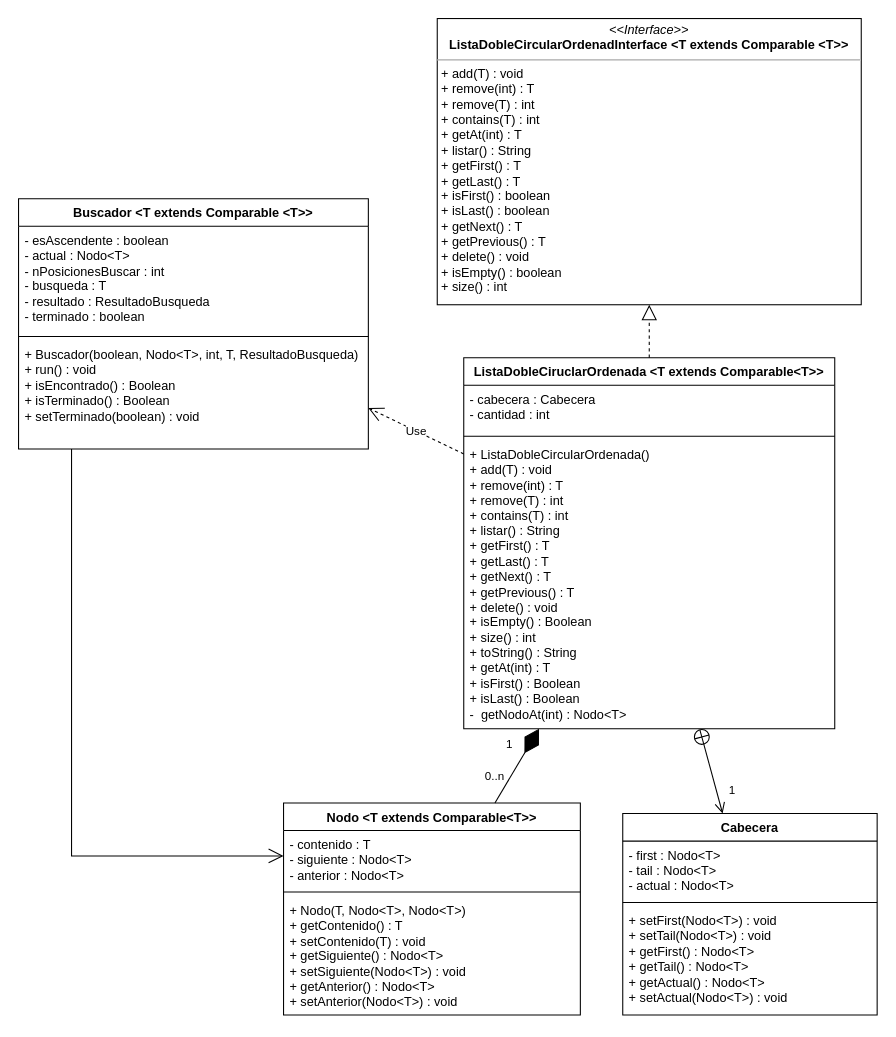
Earlier version of the draw.io diagram documentos/Reto3A.drawio (josebailoneduca/PSPRO_Reto3). Source tidied: cells renumbered, new cells numbered last; positions are measured from the earlier drawing's top-left corner, leaving out a move shared by most shapes. Both pictures are drawn from the tidied source at 106%, with x=0, y=0 at pixel (18, 18).
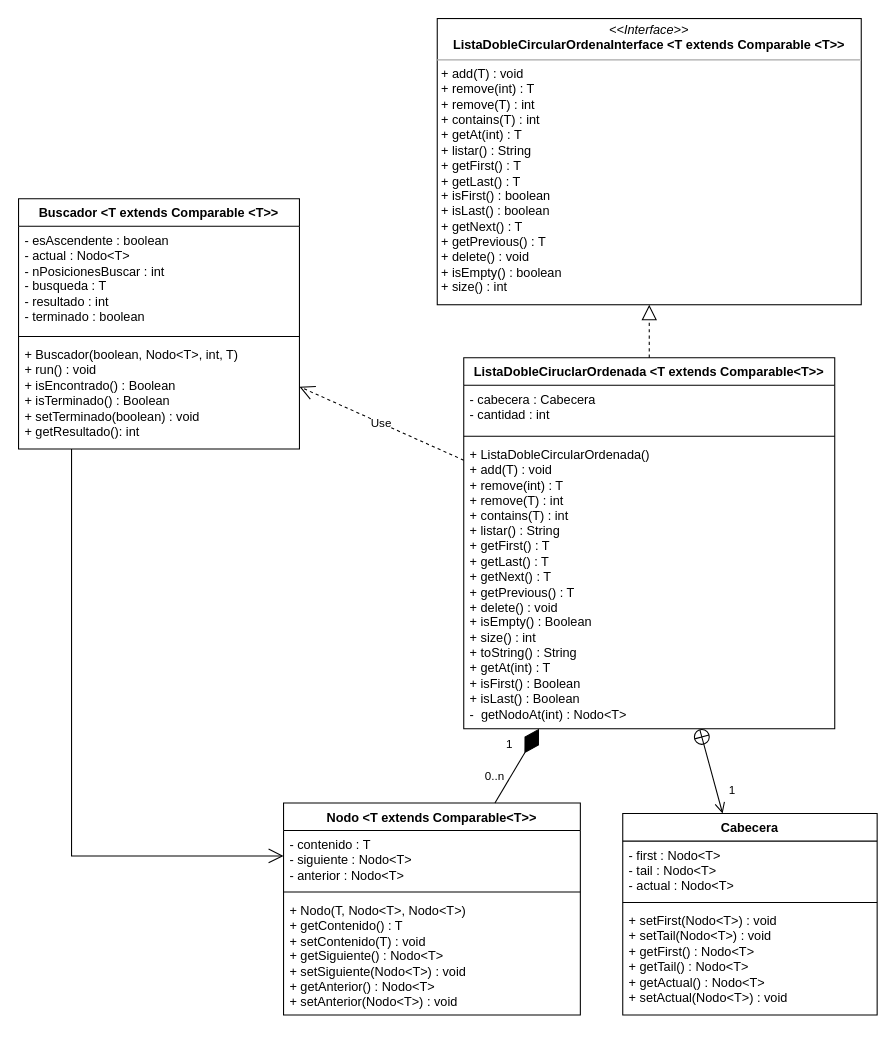
Above is the later version.

What changed in the source:
```diff
@@
     <mxCell id="2" value="Buscador &amp;lt;T extends Comparable &amp;lt;T&amp;gt;&amp;gt;" style="swimlane;fontStyle=1;align=center;verticalAlign=top;horizontal=1;startSize=26;whiteSpace=wrap;html=1;" parent="1" vertex="1">
-      <mxGeometry y="170" width="330" height="236" as="geometry" />
+      <mxGeometry y="170" width="265" height="236" as="geometry" />
     </mxCell>
-    <mxCell id="3" value="&lt;div&gt;- esAscendente : boolean&lt;/div&gt;&lt;div&gt;- actual : Nodo&amp;lt;T&amp;gt;&lt;/div&gt;&lt;div&gt;- nPosicionesBuscar : int&lt;/div&gt;&lt;div&gt;- busqueda : T&lt;/div&gt;&lt;div&gt;- resultado : ResultadoBusqueda&lt;/div&gt;&lt;div&gt;- terminado : boolean&lt;/div&gt;" style="text;strokeColor=none;fillColor=none;align=left;verticalAlign=top;spacingLeft=4;spacingRight=4;overflow=hidden;whiteSpace=wrap;html=1;" parent="2" vertex="1">
-      <mxGeometry y="26" width="330" height="100" as="geometry" />
+    <mxCell id="3" value="&lt;div&gt;- esAscendente : boolean&lt;/div&gt;&lt;div&gt;- actual : Nodo&amp;lt;T&amp;gt;&lt;/div&gt;&lt;div&gt;- nPosicionesBuscar : int&lt;/div&gt;&lt;div&gt;- busqueda : T&lt;/div&gt;&lt;div&gt;- resultado : int&lt;/div&gt;&lt;div&gt;- terminado : boolean&lt;/div&gt;" style="text;strokeColor=none;fillColor=none;align=left;verticalAlign=top;spacingLeft=4;spacingRight=4;overflow=hidden;whiteSpace=wrap;html=1;" parent="2" vertex="1">
+      <mxGeometry y="26" width="265" height="100" as="geometry" />
     </mxCell>
     <mxCell id="4" style="line;strokeWidth=1;fillColor=none;align=left;verticalAlign=middle;spacingTop=-1;spacingLeft=3;spacingRight=3;labelPosition=right;strokeColor=inherit;" parent="2" vertex="1">
-      <mxGeometry y="126" width="330" height="8" as="geometry" />
+      <mxGeometry y="126" width="265" height="8" as="geometry" />
     </mxCell>
-    <mxCell id="5" value="&lt;div&gt;+ Buscador(boolean, Nodo&amp;lt;T&amp;gt;, int, T, ResultadoBusqueda)&lt;/div&gt;&lt;div&gt;+ run() : void&lt;/div&gt;&lt;div&gt;+ isEncontrado() : Boolean&lt;/div&gt;&lt;div&gt;+ isTerminado() : Boolean&lt;/div&gt;&lt;div&gt;+ setTerminado(boolean) : void&lt;/div&gt;" style="text;strokeColor=none;fillColor=none;align=left;verticalAlign=top;spacingLeft=4;spacingRight=4;overflow=hidden;whiteSpace=wrap;html=1;" parent="2" vertex="1">
-      <mxGeometry y="134" width="330" height="102" as="geometry" />
+    <mxCell id="5" value="&lt;div&gt;+ Buscador(boolean, Nodo&amp;lt;T&amp;gt;, int, T)&lt;/div&gt;&lt;div&gt;+ run() : void&lt;/div&gt;&lt;div&gt;+ isEncontrado() : Boolean&lt;/div&gt;&lt;div&gt;+ isTerminado() : Boolean&lt;/div&gt;&lt;div&gt;+ setTerminado(boolean) : void&lt;/div&gt;&lt;div&gt;+ getResultado(): int&lt;/div&gt;" style="text;strokeColor=none;fillColor=none;align=left;verticalAlign=top;spacingLeft=4;spacingRight=4;overflow=hidden;whiteSpace=wrap;html=1;" parent="2" vertex="1">
+      <mxGeometry y="134" width="265" height="102" as="geometry" />
     </mxCell>
@@
-    <mxCell id="10" value="&lt;p style=&quot;margin:0px;margin-top:4px;text-align:center;&quot;&gt;&lt;i&gt;&amp;lt;&amp;lt;Interface&amp;gt;&amp;gt;&lt;/i&gt;&lt;br&gt;&lt;b&gt;ListaDobleCircularOrdenadInterface &amp;lt;T extends Comparable &amp;lt;T&amp;gt;&amp;gt;&lt;/b&gt;&lt;/p&gt;&lt;hr size=&quot;1&quot;&gt;&lt;p style=&quot;margin:0px;margin-left:4px;&quot;&gt;+ add(T) : void&lt;/p&gt;&lt;p style=&quot;margin:0px;margin-left:4px;&quot;&gt;+ remove(int) : T&lt;/p&gt;&lt;p style=&quot;margin:0px;margin-left:4px;&quot;&gt;+ remove(T) : int&lt;/p&gt;&lt;p style=&quot;margin:0px;margin-left:4px;&quot;&gt;+ contains(T) : int&lt;/p&gt;&lt;p style=&quot;margin:0px;margin-left:4px;&quot;&gt;+ getAt(int) : T&lt;/p&gt;&lt;p style=&quot;margin:0px;margin-left:4px;&quot;&gt;+ listar() : String&lt;/p&gt;&lt;p style=&quot;margin:0px;margin-left:4px;&quot;&gt;+ getFirst() : T&lt;/p&gt;&lt;p style=&quot;margin:0px;margin-left:4px;&quot;&gt;+ getLast() : T&lt;/p&gt;&lt;p style=&quot;margin:0px;margin-left:4px;&quot;&gt;+ isFirst() : boolean&lt;/p&gt;&lt;p style=&quot;margin:0px;margin-left:4px;&quot;&gt;+ isLast() : boolean&lt;/p&gt;&lt;p style=&quot;margin:0px;margin-left:4px;&quot;&gt;+ getNext() : T&lt;/p&gt;&lt;p style=&quot;margin:0px;margin-left:4px;&quot;&gt;+ getPrevious() : T&lt;/p&gt;&lt;p style=&quot;margin:0px;margin-left:4px;&quot;&gt;+ delete() : void&lt;/p&gt;&lt;p style=&quot;margin:0px;margin-left:4px;&quot;&gt;+ isEmpty() : boolean&lt;/p&gt;&lt;p style=&quot;margin:0px;margin-left:4px;&quot;&gt;+ size() : int&lt;/p&gt;" style="verticalAlign=top;align=left;overflow=fill;fontSize=12;fontFamily=Helvetica;html=1;whiteSpace=wrap;" parent="1" vertex="1">
+    <mxCell id="10" value="&lt;p style=&quot;margin:0px;margin-top:4px;text-align:center;&quot;&gt;&lt;i&gt;&amp;lt;&amp;lt;Interface&amp;gt;&amp;gt;&lt;/i&gt;&lt;br&gt;&lt;b&gt;ListaDobleCircularOrdenaInterface &amp;lt;T extends Comparable &amp;lt;T&amp;gt;&amp;gt;&lt;/b&gt;&lt;/p&gt;&lt;hr size=&quot;1&quot;&gt;&lt;p style=&quot;margin:0px;margin-left:4px;&quot;&gt;+ add(T) : void&lt;/p&gt;&lt;p style=&quot;margin:0px;margin-left:4px;&quot;&gt;+ remove(int) : T&lt;/p&gt;&lt;p style=&quot;margin:0px;margin-left:4px;&quot;&gt;+ remove(T) : int&lt;/p&gt;&lt;p style=&quot;margin:0px;margin-left:4px;&quot;&gt;+ contains(T) : int&lt;/p&gt;&lt;p style=&quot;margin:0px;margin-left:4px;&quot;&gt;+ getAt(int) : T&lt;/p&gt;&lt;p style=&quot;margin:0px;margin-left:4px;&quot;&gt;+ listar() : String&lt;/p&gt;&lt;p style=&quot;margin:0px;margin-left:4px;&quot;&gt;+ getFirst() : T&lt;/p&gt;&lt;p style=&quot;margin:0px;margin-left:4px;&quot;&gt;+ getLast() : T&lt;/p&gt;&lt;p style=&quot;margin:0px;margin-left:4px;&quot;&gt;+ isFirst() : boolean&lt;/p&gt;&lt;p style=&quot;margin:0px;margin-left:4px;&quot;&gt;+ isLast() : boolean&lt;/p&gt;&lt;p style=&quot;margin:0px;margin-left:4px;&quot;&gt;+ getNext() : T&lt;/p&gt;&lt;p style=&quot;margin:0px;margin-left:4px;&quot;&gt;+ getPrevious() : T&lt;/p&gt;&lt;p style=&quot;margin:0px;margin-left:4px;&quot;&gt;+ delete() : void&lt;/p&gt;&lt;p style=&quot;margin:0px;margin-left:4px;&quot;&gt;+ isEmpty() : boolean&lt;/p&gt;&lt;p style=&quot;margin:0px;margin-left:4px;&quot;&gt;+ size() : int&lt;/p&gt;" style="verticalAlign=top;align=left;overflow=fill;fontSize=12;fontFamily=Helvetica;html=1;whiteSpace=wrap;" parent="1" vertex="1">
       <mxGeometry x="395" width="400" height="270" as="geometry" />
     </mxCell>
```
